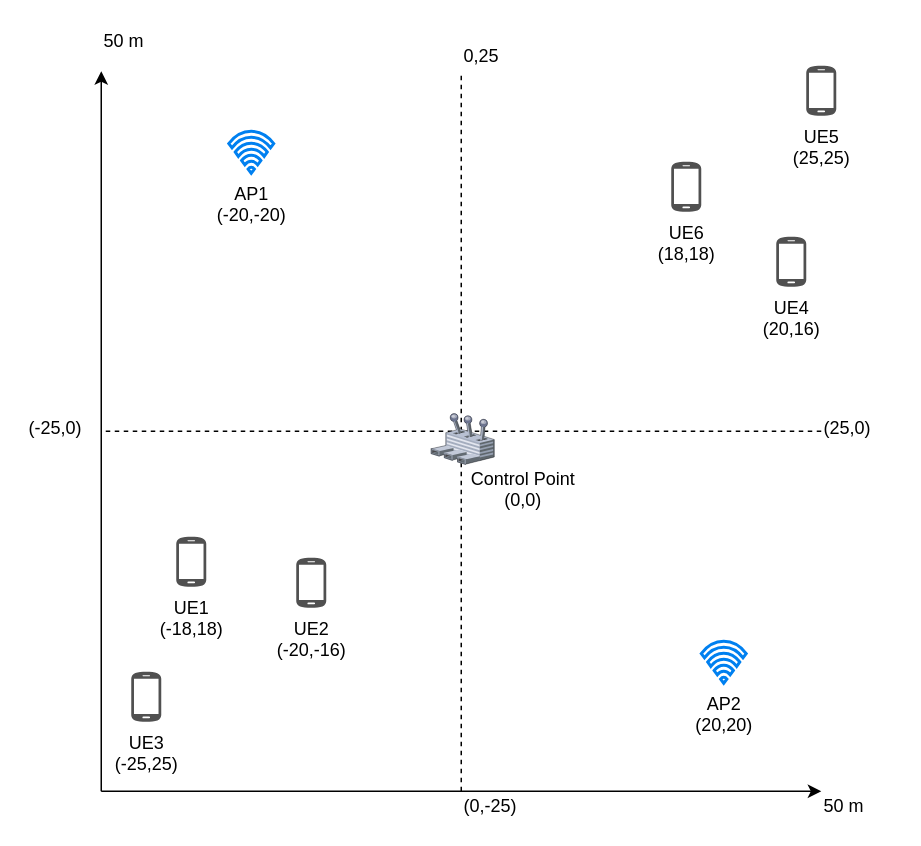
Earlier version of the draw.io diagram page "Near-Optimal" (1 of 3) of docs/report/experiment/images/05-cases-description.drawio (Kirkirillka/GPS_Tracker). Source tidied: cells renumbered, new cells numbered last; positions are measured from the earlier drawing's top-left corner, leaving out a move shared by most shapes. Both pictures are drawn from the tidied source at 150%, with x=0, y=0 at pixel (26, 26).
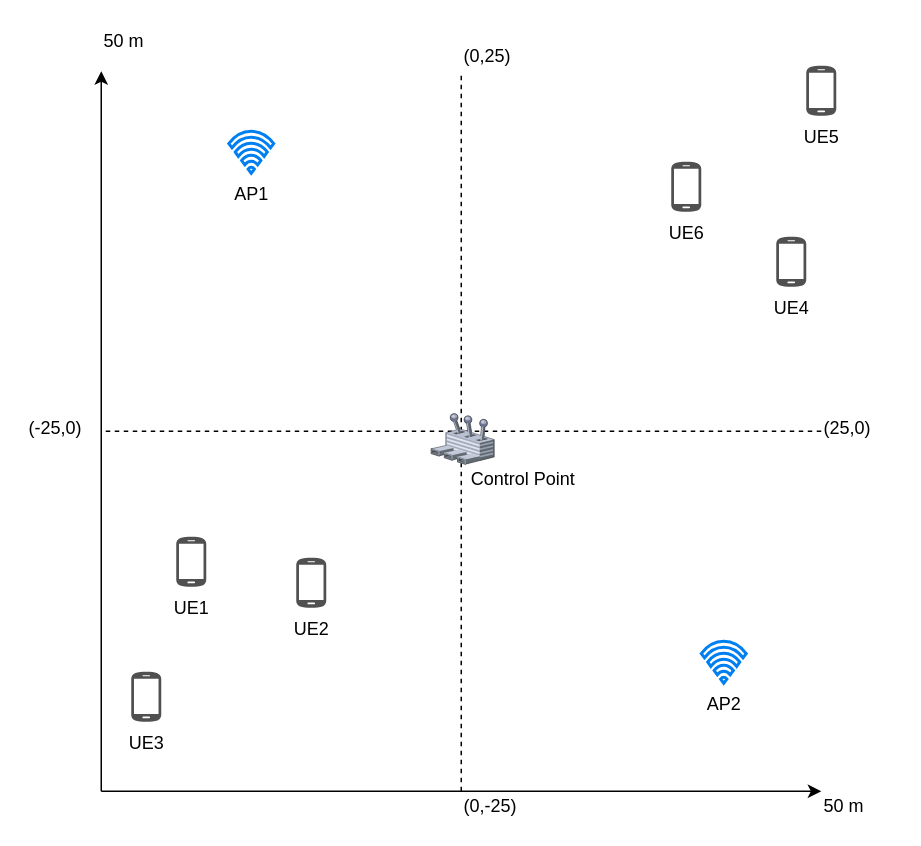
After the change.

What changed in the source:
```diff
@@
-    <mxCell id="6" value="UE6&lt;br&gt;(18,18)&lt;br&gt;" style="shadow=0;dashed=0;html=1;strokeColor=none;fillColor=#505050;labelPosition=center;verticalLabelPosition=bottom;verticalAlign=top;align=center;shape=mxgraph.office.devices.cell_phone_android_standalone;" parent="1" vertex="1">
+    <mxCell id="6" value="UE6" style="shadow=0;dashed=0;html=1;strokeColor=none;fillColor=#505050;labelPosition=center;verticalLabelPosition=bottom;verticalAlign=top;align=center;shape=mxgraph.office.devices.cell_phone_android_standalone;" parent="1" vertex="1">
       <mxGeometry x="430" y="90" width="20" height="34" as="geometry" />
     </mxCell>
-    <mxCell id="7" value="Control Point&lt;br&gt;(0,0)" style="text;html=1;align=center;verticalAlign=top;spacingTop=-4;" parent="1" vertex="1">
-      <mxGeometry x="291" y="292" width="80" height="30" as="geometry" />
+    <mxCell id="7" value="Control Point" style="text;html=1;align=center;verticalAlign=top;spacingTop=-4;" parent="1" vertex="1">
+      <mxGeometry x="291" y="292" width="80" height="20" as="geometry" />
     </mxCell>
-    <mxCell id="8" value="UE5&lt;br&gt;(25,25)&lt;br&gt;" style="shadow=0;dashed=0;html=1;strokeColor=none;fillColor=#505050;labelPosition=center;verticalLabelPosition=bottom;verticalAlign=top;align=center;shape=mxgraph.office.devices.cell_phone_android_standalone;" parent="1" vertex="1">
+    <mxCell id="8" value="UE5" style="shadow=0;dashed=0;html=1;strokeColor=none;fillColor=#505050;labelPosition=center;verticalLabelPosition=bottom;verticalAlign=top;align=center;shape=mxgraph.office.devices.cell_phone_android_standalone;" parent="1" vertex="1">
       <mxGeometry x="520" y="26" width="20" height="34" as="geometry" />
     </mxCell>
-    <mxCell id="9" value="UE4&lt;br&gt;(20,16)&lt;br&gt;" style="shadow=0;dashed=0;html=1;strokeColor=none;fillColor=#505050;labelPosition=center;verticalLabelPosition=bottom;verticalAlign=top;align=center;shape=mxgraph.office.devices.cell_phone_android_standalone;" parent="1" vertex="1">
+    <mxCell id="9" value="UE4" style="shadow=0;dashed=0;html=1;strokeColor=none;fillColor=#505050;labelPosition=center;verticalLabelPosition=bottom;verticalAlign=top;align=center;shape=mxgraph.office.devices.cell_phone_android_standalone;" parent="1" vertex="1">
       <mxGeometry x="500" y="140" width="20" height="34" as="geometry" />
     </mxCell>
-    <mxCell id="10" value="UE1&lt;br&gt;(-18,18)&lt;br&gt;" style="shadow=0;dashed=0;html=1;strokeColor=none;fillColor=#505050;labelPosition=center;verticalLabelPosition=bottom;verticalAlign=top;align=center;shape=mxgraph.office.devices.cell_phone_android_standalone;" parent="1" vertex="1">
+    <mxCell id="10" value="UE1" style="shadow=0;dashed=0;html=1;strokeColor=none;fillColor=#505050;labelPosition=center;verticalLabelPosition=bottom;verticalAlign=top;align=center;shape=mxgraph.office.devices.cell_phone_android_standalone;" parent="1" vertex="1">
       <mxGeometry x="100" y="340" width="20" height="34" as="geometry" />
     </mxCell>
-    <mxCell id="11" value="UE2&lt;br&gt;(-20,-16)&lt;br&gt;" style="shadow=0;dashed=0;html=1;strokeColor=none;fillColor=#505050;labelPosition=center;verticalLabelPosition=bottom;verticalAlign=top;align=center;shape=mxgraph.office.devices.cell_phone_android_standalone;" parent="1" vertex="1">
+    <mxCell id="11" value="UE2" style="shadow=0;dashed=0;html=1;strokeColor=none;fillColor=#505050;labelPosition=center;verticalLabelPosition=bottom;verticalAlign=top;align=center;shape=mxgraph.office.devices.cell_phone_android_standalone;" parent="1" vertex="1">
       <mxGeometry x="180" y="354" width="20" height="34" as="geometry" />
     </mxCell>
-    <mxCell id="12" value="UE3&lt;br&gt;(-25,25)" style="shadow=0;dashed=0;html=1;strokeColor=none;fillColor=#505050;labelPosition=center;verticalLabelPosition=bottom;verticalAlign=top;align=center;shape=mxgraph.office.devices.cell_phone_android_standalone;" parent="1" vertex="1">
+    <mxCell id="12" value="UE3" style="shadow=0;dashed=0;html=1;strokeColor=none;fillColor=#505050;labelPosition=center;verticalLabelPosition=bottom;verticalAlign=top;align=center;shape=mxgraph.office.devices.cell_phone_android_standalone;" parent="1" vertex="1">
       <mxGeometry x="70" y="430" width="20" height="34" as="geometry" />
     </mxCell>
-    <mxCell id="13" value="AP1&lt;br&gt;(-20,-20)&lt;br&gt;" style="html=1;verticalLabelPosition=bottom;align=center;labelBackgroundColor=#ffffff;verticalAlign=top;strokeWidth=2;strokeColor=#0080F0;fillColor=#ffffff;shadow=0;dashed=0;shape=mxgraph.ios7.icons.wifi;" parent="1" vertex="1">
+    <mxCell id="13" value="AP1" style="html=1;verticalLabelPosition=bottom;align=center;labelBackgroundColor=#ffffff;verticalAlign=top;strokeWidth=2;strokeColor=#0080F0;fillColor=#ffffff;shadow=0;dashed=0;shape=mxgraph.ios7.icons.wifi;" parent="1" vertex="1">
       <mxGeometry x="135" y="70" width="30" height="28" as="geometry" />
     </mxCell>
@@
-    <mxCell id="15" value="AP2&lt;br&gt;(20,20)&lt;br&gt;" style="html=1;verticalLabelPosition=bottom;align=center;labelBackgroundColor=#ffffff;verticalAlign=top;strokeWidth=2;strokeColor=#0080F0;fillColor=#ffffff;shadow=0;dashed=0;shape=mxgraph.ios7.icons.wifi;" parent="1" vertex="1">
+    <mxCell id="15" value="AP2" style="html=1;verticalLabelPosition=bottom;align=center;labelBackgroundColor=#ffffff;verticalAlign=top;strokeWidth=2;strokeColor=#0080F0;fillColor=#ffffff;shadow=0;dashed=0;shape=mxgraph.ios7.icons.wifi;" parent="1" vertex="1">
       <mxGeometry x="450" y="410" width="30" height="28" as="geometry" />
     </mxCell>
@@
-    <mxCell id="21" value="0,25" style="text;html=1;align=left;verticalAlign=top;spacingTop=-4;" parent="1" vertex="1">
-      <mxGeometry x="289.5" y="10" width="40" height="20" as="geometry" />
+    <mxCell id="21" value="(0,25)" style="text;html=1;align=left;verticalAlign=top;spacingTop=-4;" parent="1" vertex="1">
+      <mxGeometry x="289.5" y="10" width="50" height="20" as="geometry" />
     </mxCell>
```
